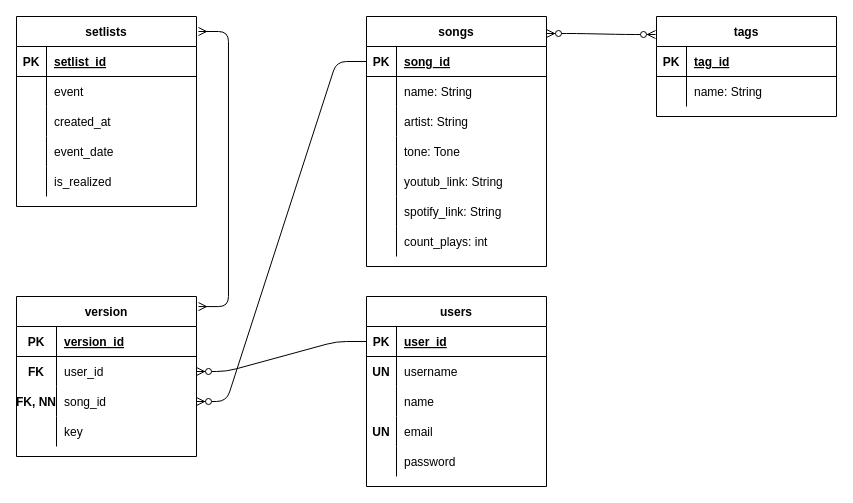
Earlier version of the draw.io diagram diagram.drawio (igormateus/repertapp-api). Source tidied: cells renumbered, new cells numbered last; positions are measured from the earlier drawing's top-left corner, leaving out a move shared by most shapes. Both pictures are drawn from the tidied source at 100%, with x=0, y=0 at pixel (16, 16).
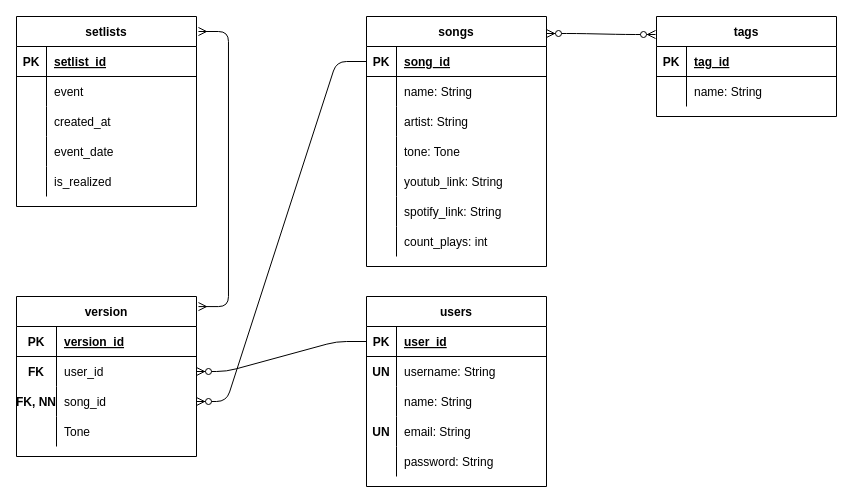
The same page after the edit.

The change refers to these unchanged cells:
```xml
<mxCell id="52" style="shape=partialRectangle;fillColor=none;top=0;left=0;bottom=0;right=0;" parent="48" vertex="1">
  <mxGeometry y="60" width="180" height="30" as="geometry" />
</mxCell>
<mxCell id="55" style="shape=partialRectangle;fillColor=none;top=0;left=0;bottom=0;right=0;" parent="48" vertex="1">
  <mxGeometry y="90" width="180" height="30" as="geometry" />
</mxCell>
<mxCell id="58" style="shape=partialRectangle;fillColor=none;top=0;left=0;bottom=0;right=0;" parent="48" vertex="1">
  <mxGeometry y="120" width="180" height="30" as="geometry" />
</mxCell>
<mxCell id="61" style="shape=partialRectangle;fillColor=none;top=0;left=0;bottom=0;right=0;" parent="48" vertex="1">
  <mxGeometry y="150" width="180" height="30" as="geometry" />
</mxCell>
<mxCell id="74" style="shape=partialRectangle;fillColor=none;top=0;left=0;bottom=0;right=0;" parent="64" vertex="1">
  <mxGeometry y="120" width="180" height="30" as="geometry" />
</mxCell>
```

What changed in the source:
```diff
@@
-    <mxCell id="54" value="username" style="shape=partialRectangle;fillColor=none;top=0;left=0;bottom=0;right=0;align=left;spacingLeft=6;overflow=hidden;" parent="52" vertex="1">
+    <mxCell id="54" value="username: String" style="shape=partialRectangle;fillColor=none;top=0;left=0;bottom=0;right=0;align=left;spacingLeft=6;overflow=hidden;" parent="52" vertex="1">
       <mxGeometry x="30" width="150" height="30" as="geometry" />
     </mxCell>
@@
-    <mxCell id="57" value="name" style="shape=partialRectangle;fillColor=none;top=0;left=0;bottom=0;right=0;align=left;spacingLeft=6;overflow=hidden;" parent="55" vertex="1">
+    <mxCell id="57" value="name: String" style="shape=partialRectangle;fillColor=none;top=0;left=0;bottom=0;right=0;align=left;spacingLeft=6;overflow=hidden;" parent="55" vertex="1">
       <mxGeometry x="30" width="150" height="30" as="geometry" />
     </mxCell>
@@
-    <mxCell id="60" value="email" style="shape=partialRectangle;fillColor=none;top=0;left=0;bottom=0;right=0;align=left;spacingLeft=6;overflow=hidden;" parent="58" vertex="1">
+    <mxCell id="60" value="email: String" style="shape=partialRectangle;fillColor=none;top=0;left=0;bottom=0;right=0;align=left;spacingLeft=6;overflow=hidden;" parent="58" vertex="1">
       <mxGeometry x="30" width="150" height="30" as="geometry" />
     </mxCell>
@@
-    <mxCell id="63" value="password" style="shape=partialRectangle;fillColor=none;top=0;left=0;bottom=0;right=0;align=left;spacingLeft=6;overflow=hidden;" parent="61" vertex="1">
+    <mxCell id="63" value="password: String" style="shape=partialRectangle;fillColor=none;top=0;left=0;bottom=0;right=0;align=left;spacingLeft=6;overflow=hidden;" parent="61" vertex="1">
       <mxGeometry x="30" width="150" height="30" as="geometry" />
     </mxCell>
@@
-    <mxCell id="76" value="key" style="shape=partialRectangle;fillColor=none;top=0;left=0;bottom=0;right=0;align=left;spacingLeft=6;overflow=hidden;" parent="74" vertex="1">
+    <mxCell id="76" value="Tone" style="shape=partialRectangle;fillColor=none;top=0;left=0;bottom=0;right=0;align=left;spacingLeft=6;overflow=hidden;" parent="74" vertex="1">
       <mxGeometry x="40" width="140" height="30" as="geometry" />
     </mxCell>
```
